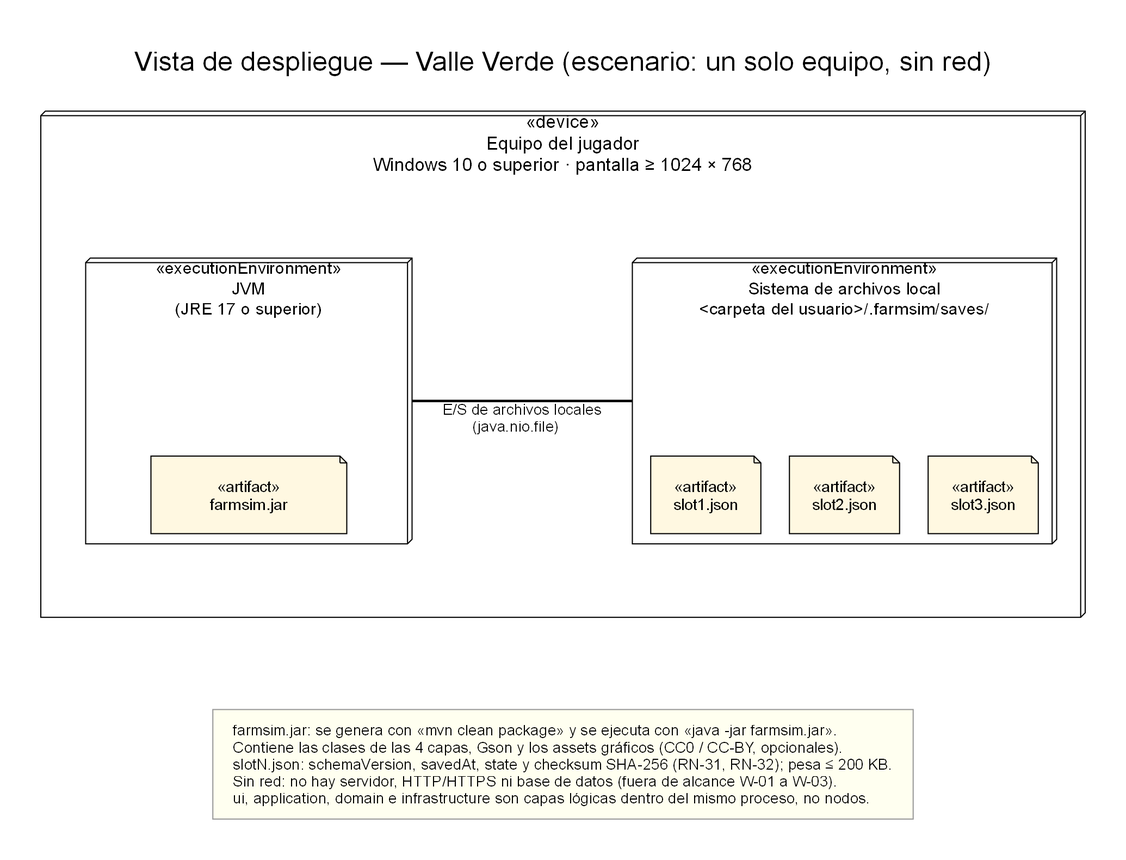
Above: docs/diagramas/05_vista_despliegue.png in MarioZaMu/valle-verde (PlantUML), before the change. Its source is kept beside it as docs/diagramas/05_vista_despliegue.puml. The source it was exported from:
```plantuml
@startdot
/'
  Vista 5 — Despliegue (diagrama de despliegue UML)
  Cubre: RNF-02, RNF-03, RNF-11, R-07, W-01..W-03 (sin red ni base de datos); HU-29, HU-30, HU-33; RN-31, RN-32.
  Notación de la guía (Diagramas-de-despliegue-UML.pdf p.5): nodo «device» = hardware (cubo); «executionEnvironment» =
  plataforma donde corre el software (cubo anidado: JVM y sistema de archivos); «artifact» = unidad desplegable o archivo.
  Reglas (p.14 y p.17): no dibujar capas lógicas como servidores, no confundir clase con artefacto,
  toda ruta de comunicación lleva protocolo, no agregar infraestructura que el escenario no tiene.
  Escenario: aplicación de escritorio de un solo equipo, sin red. Posiciones fijas (layout=neato).
'/
digraph despliegue {
  graph [layout=neato, splines=line, pad=0.5, fontname="Arial", dpi=150, outputorder=nodesfirst,
         label="Vista de despliegue — Valle Verde (escenario: un solo equipo, sin red)\n ", labelloc=t, fontsize=24];
  node  [fontname="Arial", fontsize=14];
  edge  [fontname="Arial", fontsize=13, penwidth=1.6];

  pc  [shape=box3d, style=filled, fillcolor=white, fixedsize=true, width=12.8, height=6.2, pos="6.25,3.0!",
       labelloc=t, fontsize=16,
       label="«device»\nEquipo del jugador\nWindows 10 o superior · pantalla ≥ 1024 × 768"];

  jvm [shape=box3d, style=filled, fillcolor=white, fixedsize=true, width=4.0, height=3.5, pos="2.4,2.55!",
       labelloc=t, fontsize=15,
       label="«executionEnvironment»\nJVM\n(JRE 17 o superior)"];
  jar [shape=note, style=filled, fillcolor="#FFF8E1", fixedsize=true, width=2.4, height=0.95, pos="2.4,1.4!",
       label="«artifact»\nfarmsim.jar"];

  fs  [shape=box3d, style=filled, fillcolor=white, fixedsize=true, width=5.2, height=3.5, pos="9.7,2.55!",
       labelloc=t, fontsize=15,
       label="«executionEnvironment»\nSistema de archivos local\n<carpeta del usuario>/.farmsim/saves/"];
  s1  [shape=note, style=filled, fillcolor="#FFF8E1", fixedsize=true, width=1.35, height=0.95, pos="8.0,1.4!",  label="«artifact»\nslot1.json"];
  s2  [shape=note, style=filled, fillcolor="#FFF8E1", fixedsize=true, width=1.35, height=0.95, pos="9.7,1.4!",  label="«artifact»\nslot2.json"];
  s3  [shape=note, style=filled, fillcolor="#FFF8E1", fixedsize=true, width=1.35, height=0.95, pos="11.4,1.4!", label="«artifact»\nslot3.json"];

  /* ruta de comunicación entre nodos (con protocolo) */
  jvm -> fs [dir=none, xlabel="E/S de archivos locales\n(java.nio.file)   ", penwidth=2.2];

  leyenda [shape=box, style=filled, fillcolor="#FFFFF0", color="#999999", fixedsize=false, margin="0.25,0.15", fontsize=13, pos="6.25,-1.9!",
           label="farmsim.jar: se genera con «mvn clean package» y se ejecuta con «java -jar farmsim.jar».\lContiene las clases de las 4 capas, Gson y los assets gráficos (CC0 / CC-BY, opcionales).\lslotN.json: schemaVersion, savedAt, state y checksum SHA-256 (RN-31, RN-32); pesa ≤ 200 KB.\lSin red: no hay servidor, HTTP/HTTPS ni base de datos (fuera de alcance W-01 a W-03).\lui, application, domain e infrastructure son capas lógicas dentro del mismo proceso, no nodos.\l"];
}
@enddot
```
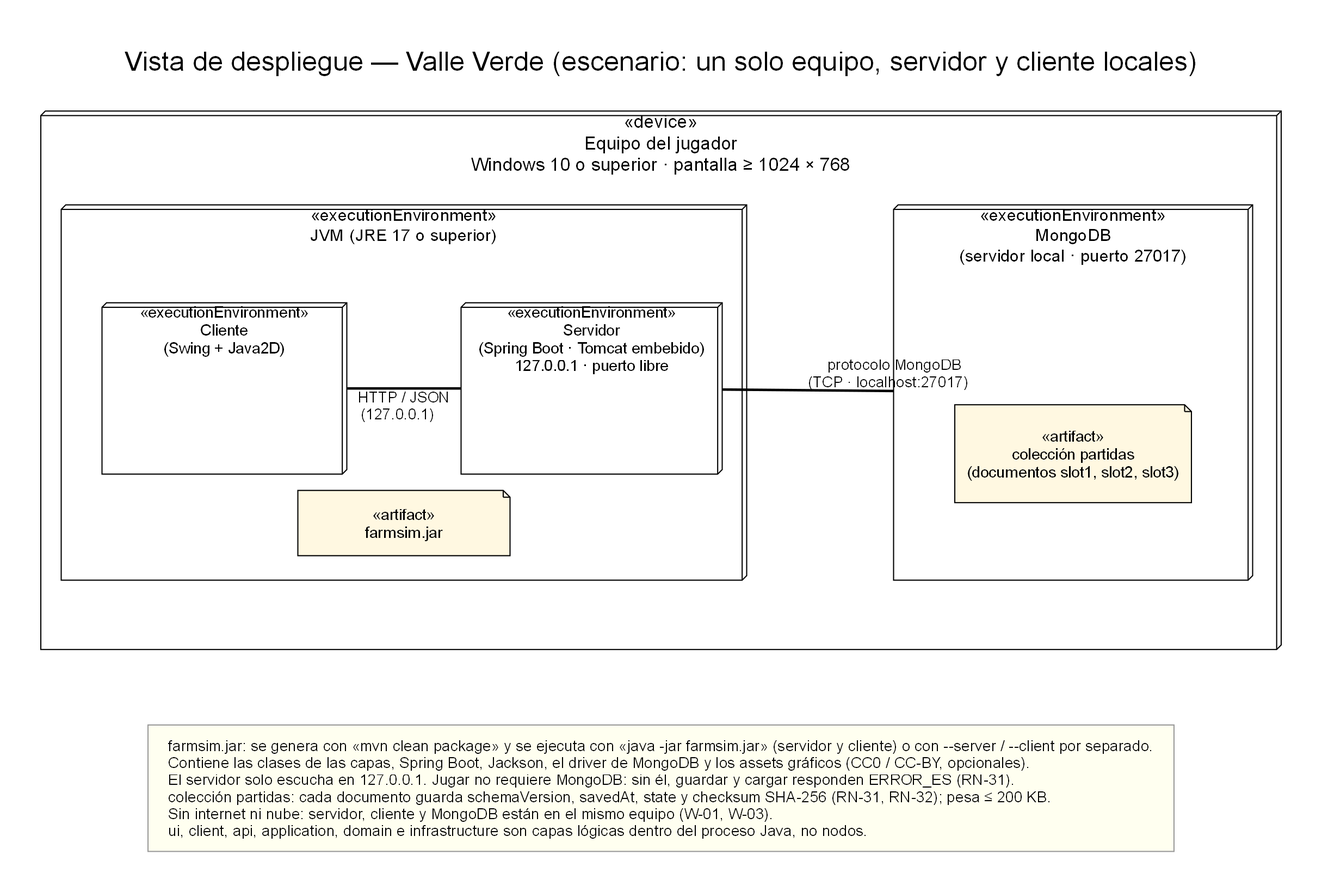
The same file after the commit.

Change to the diagram source:
```diff
@@ -1,40 +1,47 @@
 @startdot
 /'
   Vista 5 — Despliegue (diagrama de despliegue UML)
-  Cubre: RNF-02, RNF-03, RNF-11, R-07, W-01..W-03 (sin red ni base de datos); HU-29, HU-30, HU-33; RN-31, RN-32.
+  Cubre: RNF-02, RNF-03, RNF-11, RNF-15, RNF-16, R-07, R-09, W-01..W-03; HU-29, HU-30, HU-33; RN-31, RN-32.
   Notación de la guía (Diagramas-de-despliegue-UML.pdf p.5): nodo «device» = hardware (cubo); «executionEnvironment» =
-  plataforma donde corre el software (cubo anidado: JVM y sistema de archivos); «artifact» = unidad desplegable o archivo.
+  plataforma donde corre el software (cubo anidado: JVM con servidor y cliente, y MongoDB); «artifact» = unidad desplegable.
   Reglas (p.14 y p.17): no dibujar capas lógicas como servidores, no confundir clase con artefacto,
   toda ruta de comunicación lleva protocolo, no agregar infraestructura que el escenario no tiene.
-  Escenario: aplicación de escritorio de un solo equipo, sin red. Posiciones fijas (layout=neato).
+  Escenario: un solo equipo; un proceso Java con el servidor Spring Boot y el cliente Swing, y MongoDB local.
+  Posiciones fijas (layout=neato).
 '/
 digraph despliegue {
   graph [layout=neato, splines=line, pad=0.5, fontname="Arial", dpi=150, outputorder=nodesfirst,
-         label="Vista de despliegue — Valle Verde (escenario: un solo equipo, sin red)\n ", labelloc=t, fontsize=24];
+         label="Vista de despliegue — Valle Verde (escenario: un solo equipo, servidor y cliente locales)\n ", labelloc=t, fontsize=24];
   node  [fontname="Arial", fontsize=14];
   edge  [fontname="Arial", fontsize=13, penwidth=1.6];
 
-  pc  [shape=box3d, style=filled, fillcolor=white, fixedsize=true, width=12.8, height=6.2, pos="6.25,3.0!",
+  pc  [shape=box3d, style=filled, fillcolor=white, fixedsize=true, width=15.2, height=6.6, pos="7.35,3.1!",
        labelloc=t, fontsize=16,
        label="«device»\nEquipo del jugador\nWindows 10 o superior · pantalla ≥ 1024 × 768"];
 
-  jvm [shape=box3d, style=filled, fillcolor=white, fixedsize=true, width=4.0, height=3.5, pos="2.4,2.55!",
+  jvm [shape=box3d, style=filled, fillcolor=white, fixedsize=true, width=8.4, height=4.6, pos="4.2,2.95!",
        labelloc=t, fontsize=15,
-       label="«executionEnvironment»\nJVM\n(JRE 17 o superior)"];
-  jar [shape=note, style=filled, fillcolor="#FFF8E1", fixedsize=true, width=2.4, height=0.95, pos="2.4,1.4!",
+       label="«executionEnvironment»\nJVM (JRE 17 o superior)"];
+  cli [shape=box3d, style=filled, fillcolor=white, fixedsize=true, width=3.0, height=2.1, pos="2.0,3.0!",
+       labelloc=t, fontsize=14,
+       label="«executionEnvironment»\nCliente\n(Swing + Java2D)"];
+  srv [shape=box3d, style=filled, fillcolor=white, fixedsize=true, width=3.2, height=2.1, pos="6.5,3.0!",
+       labelloc=t, fontsize=14,
+       label="«executionEnvironment»\nServidor\n(Spring Boot · Tomcat embebido)\n127.0.0.1 · puerto libre"];
+  jar [shape=note, style=filled, fillcolor="#FFF8E1", fixedsize=true, width=2.6, height=0.8, pos="4.2,1.35!",
        label="«artifact»\nfarmsim.jar"];
 
-  fs  [shape=box3d, style=filled, fillcolor=white, fixedsize=true, width=5.2, height=3.5, pos="9.7,2.55!",
+  mdb [shape=box3d, style=filled, fillcolor=white, fixedsize=true, width=4.4, height=4.6, pos="12.4,2.95!",
        labelloc=t, fontsize=15,
-       label="«executionEnvironment»\nSistema de archivos local\n<carpeta del usuario>/.farmsim/saves/"];
-  s1  [shape=note, style=filled, fillcolor="#FFF8E1", fixedsize=true, width=1.35, height=0.95, pos="8.0,1.4!",  label="«artifact»\nslot1.json"];
-  s2  [shape=note, style=filled, fillcolor="#FFF8E1", fixedsize=true, width=1.35, height=0.95, pos="9.7,1.4!",  label="«artifact»\nslot2.json"];
-  s3  [shape=note, style=filled, fillcolor="#FFF8E1", fixedsize=true, width=1.35, height=0.95, pos="11.4,1.4!", label="«artifact»\nslot3.json"];
+       label="«executionEnvironment»\nMongoDB\n(servidor local · puerto 27017)"];
+  col [shape=note, style=filled, fillcolor="#FFF8E1", fixedsize=true, width=2.9, height=1.2, pos="12.4,2.2!",
+       label="«artifact»\ncolección partidas\n(documentos slot1, slot2, slot3)"];
 
-  /* ruta de comunicación entre nodos (con protocolo) */
-  jvm -> fs [dir=none, xlabel="E/S de archivos locales\n(java.nio.file)   ", penwidth=2.2];
+  /* rutas de comunicación (con protocolo) */
+  cli -> srv [dir=none, xlabel="HTTP / JSON\n(127.0.0.1)   ", penwidth=2.2];
+  srv -> mdb [dir=none, xlabel="protocolo MongoDB\n(TCP · localhost:27017)   ", penwidth=2.2];
 
-  leyenda [shape=box, style=filled, fillcolor="#FFFFF0", color="#999999", fixedsize=false, margin="0.25,0.15", fontsize=13, pos="6.25,-1.9!",
-           label="farmsim.jar: se genera con «mvn clean package» y se ejecuta con «java -jar farmsim.jar».\lContiene las clases de las 4 capas, Gson y los assets gráficos (CC0 / CC-BY, opcionales).\lslotN.json: schemaVersion, savedAt, state y checksum SHA-256 (RN-31, RN-32); pesa ≤ 200 KB.\lSin red: no hay servidor, HTTP/HTTPS ni base de datos (fuera de alcance W-01 a W-03).\lui, application, domain e infrastructure son capas lógicas dentro del mismo proceso, no nodos.\l"];
+  leyenda [shape=box, style=filled, fillcolor="#FFFFF0", color="#999999", fixedsize=false, margin="0.25,0.15", fontsize=13, pos="7.35,-1.9!",
+           label="farmsim.jar: se genera con «mvn clean package» y se ejecuta con «java -jar farmsim.jar» (servidor y cliente) o con --server / --client por separado.\lContiene las clases de las capas, Spring Boot, Jackson, el driver de MongoDB y los assets gráficos (CC0 / CC-BY, opcionales).\lEl servidor solo escucha en 127.0.0.1. Jugar no requiere MongoDB: sin él, guardar y cargar responden ERROR_ES (RN-31).\lcolección partidas: cada documento guarda schemaVersion, savedAt, state y checksum SHA-256 (RN-31, RN-32); pesa ≤ 200 KB.\lSin internet ni nube: servidor, cliente y MongoDB están en el mismo equipo (W-01, W-03).\lui, client, api, application, domain e infrastructure son capas lógicas dentro del proceso Java, no nodos.\l"];
 }
 @enddot
```
